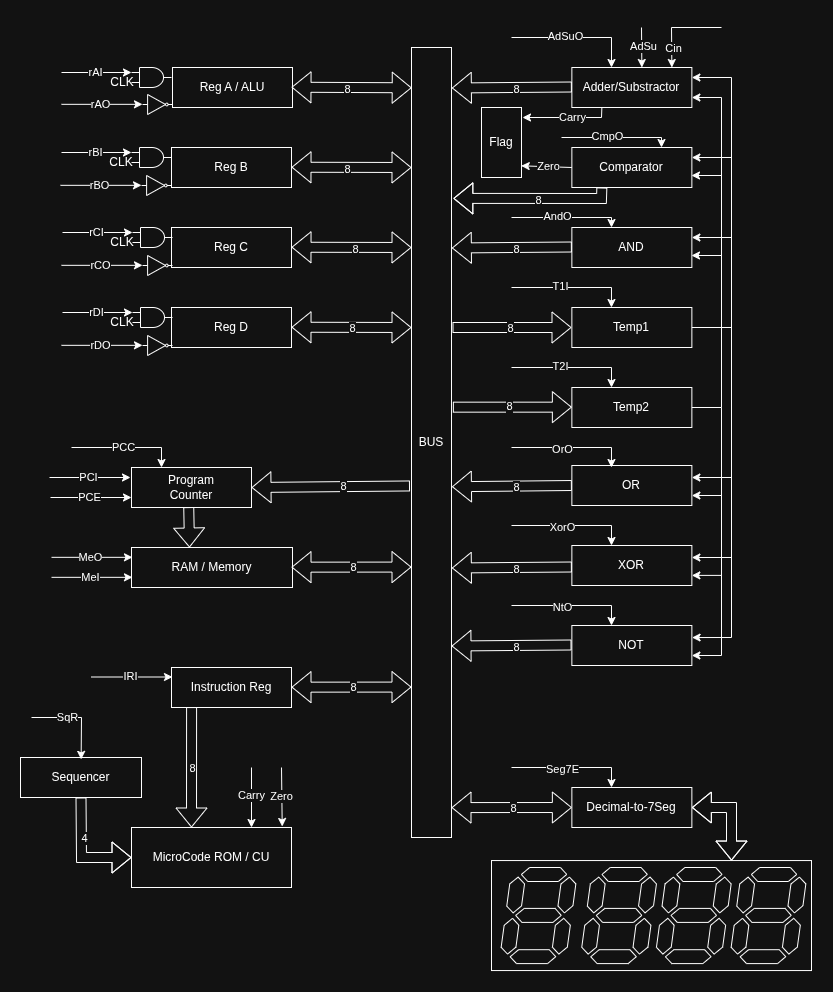
arghyabi/Computer8Bit keeps this draw.io diagram as Images/top_level_architecture.png. Above is the earlier version. Source tidied: cells renumbered, new cells last; positions are measured from the earlier drawing's top-left corner, leaving out a move shared by most shapes.
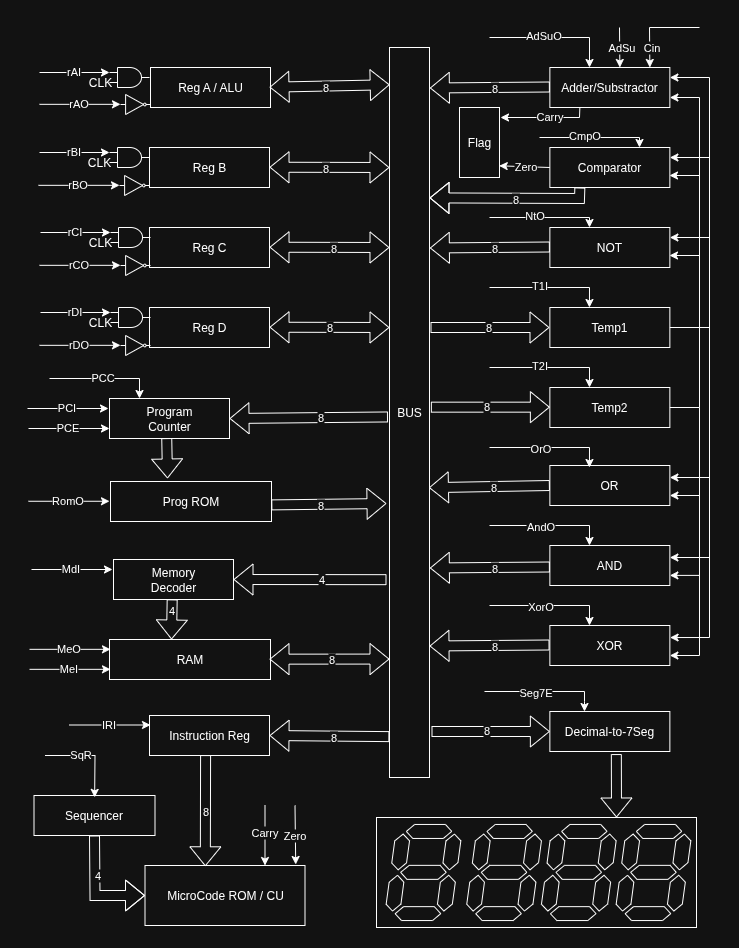
The same file after the commit.

Commit message:
Update the architecture and update documents (#26)

What changed in the source:
```diff
@@ -3,7 +3,7 @@
     <mxCell id="0" />
     <mxCell id="1" parent="0" />
     <mxCell id="2" value="BUS" style="rounded=0;whiteSpace=wrap;html=1;" parent="1" vertex="1">
-      <mxGeometry x="391" y="20" width="40" height="790" as="geometry" />
+      <mxGeometry x="391" y="20" width="40" height="730" as="geometry" />
     </mxCell>
     <mxCell id="3" value="Adder/Substractor" style="rounded=0;whiteSpace=wrap;html=1;" parent="1" vertex="1">
       <mxGeometry x="551.4" y="40" width="120" height="40" as="geometry" />
@@ -56,18 +56,10 @@
       <mxGeometry relative="1" as="geometry" />
     </mxCell>
     <mxCell id="16" value="Decimal-to-7Seg" style="rounded=0;whiteSpace=wrap;html=1;" parent="1" vertex="1">
-      <mxGeometry x="551.4" y="760" width="120" height="40" as="geometry" />
+      <mxGeometry x="551.4" y="684" width="120" height="40" as="geometry" />
     </mxCell>
-    <mxCell id="17" style="shape=flexArrow;endArrow=classic;startArrow=classic;html=1;rounded=0;exitX=0.991;exitY=0.152;exitDx=0;exitDy=0;exitPerimeter=0;entryX=0;entryY=0.5;entryDx=0;entryDy=0;" parent="1" edge="1" target="16">
-      <mxGeometry relative="1" as="geometry">
-        <mxPoint x="431" y="780.1" as="sourcePoint" />
-      </mxGeometry>
-    </mxCell>
-    <mxCell id="18" value="8" style="edgeLabel;html=1;align=center;verticalAlign=middle;" parent="17" vertex="1">
-      <mxGeometry x="0.03" relative="1" as="geometry" />
-    </mxCell>
     <mxCell id="19" style="group;" parent="1" vertex="1">
-      <mxGeometry x="471" y="833" width="320" height="110" as="geometry" />
+      <mxGeometry x="378" y="790" width="320" height="110" as="geometry" />
     </mxCell>
     <mxCell id="20" style="verticalLabelPosition=bottom;shadow=0;dashed=0;align=center;html=1;verticalAlign=top;shape=mxgraph.electrical.opto_electronics.7_segment_display;" parent="19" vertex="1">
       <mxGeometry x="239.6" y="7" width="74.7" height="96.1" as="geometry" />
@@ -84,13 +76,6 @@
     <mxCell id="24" style="rounded=0;whiteSpace=wrap;html=1;fillColor=none;" parent="19" vertex="1">
       <mxGeometry width="320" height="110" as="geometry" />
     </mxCell>
-    <mxCell id="25" style="shape=flexArrow;endArrow=classic;startArrow=classic;html=1;rounded=0;exitX=1;exitY=0.5;exitDx=0;exitDy=0;entryX=0.75;entryY=0;entryDx=0;entryDy=0;" parent="1" edge="1" source="16" target="24">
-      <mxGeometry relative="1" as="geometry">
-        <Array as="points">
-          <mxPoint x="711" y="780" />
-        </Array>
-      </mxGeometry>
-    </mxCell>
     <mxCell id="26" value="Flag" style="rounded=0;whiteSpace=wrap;html=1;" parent="1" vertex="1">
       <mxGeometry x="461" y="80" width="40" height="70" as="geometry" />
     </mxCell>
@@ -106,42 +91,35 @@
       <mxGeometry x="-0.1" y="-1" relative="1" as="geometry" />
     </mxCell>
     <mxCell id="29" value="MicroCode ROM / CU" style="rounded=0;whiteSpace=wrap;html=1;" parent="1" vertex="1">
-      <mxGeometry x="111" y="800" width="160" height="60" as="geometry" />
+      <mxGeometry x="146.5" y="838" width="160" height="60" as="geometry" />
     </mxCell>
     <mxCell id="30" value="Instruction Reg" style="rounded=0;whiteSpace=wrap;html=1;" parent="1" vertex="1">
-      <mxGeometry x="151" y="640" width="120" height="40" as="geometry" />
+      <mxGeometry x="151" y="688" width="120" height="40" as="geometry" />
     </mxCell>
-    <mxCell id="31" style="shape=flexArrow;endArrow=classic;startArrow=classic;html=1;rounded=0;exitX=0.991;exitY=0.152;exitDx=0;exitDy=0;exitPerimeter=0;entryX=0;entryY=0.5;entryDx=0;entryDy=0;" parent="1" edge="1">
-      <mxGeometry relative="1" as="geometry">
-        <mxPoint x="271" y="659.7" as="sourcePoint" />
-        <mxPoint x="391" y="659.6" as="targetPoint" />
-      </mxGeometry>
-    </mxCell>
-    <mxCell id="32" value="8" style="edgeLabel;html=1;align=center;verticalAlign=middle;" parent="31" vertex="1">
-      <mxGeometry x="0.03" relative="1" as="geometry" />
-    </mxCell>
-    <mxCell id="33" value="RAM / Memory" style="rounded=0;whiteSpace=wrap;html=1;" parent="1" vertex="1">
-      <mxGeometry x="111" y="520" width="161" height="40" as="geometry" />
+    <mxCell id="33" value="RAM" style="rounded=0;whiteSpace=wrap;html=1;" parent="1" vertex="1">
+      <mxGeometry x="111" y="612" width="161" height="40" as="geometry" />
     </mxCell>
     <mxCell id="34" style="shape=flexArrow;endArrow=classic;startArrow=classic;html=1;rounded=0;exitX=0.991;exitY=0.152;exitDx=0;exitDy=0;exitPerimeter=0;entryX=0;entryY=0.5;entryDx=0;entryDy=0;" parent="1" edge="1">
       <mxGeometry relative="1" as="geometry">
-        <mxPoint x="271" y="539.7" as="sourcePoint" />
-        <mxPoint x="391" y="539.6" as="targetPoint" />
+        <mxPoint x="271" y="631.7" as="sourcePoint" />
+        <mxPoint x="391" y="631.6" as="targetPoint" />
       </mxGeometry>
     </mxCell>
     <mxCell id="35" value="8" style="edgeLabel;html=1;align=center;verticalAlign=middle;" parent="34" vertex="1">
       <mxGeometry x="0.03" relative="1" as="geometry" />
     </mxCell>
     <mxCell id="36" value="Program&lt;div&gt;&lt;div&gt;Counter&lt;/div&gt;&lt;/div&gt;" style="rounded=0;whiteSpace=wrap;html=1;" parent="1" vertex="1">
-      <mxGeometry x="111" y="440" width="120" height="40" as="geometry" />
+      <mxGeometry x="111" y="371" width="120" height="40" as="geometry" />
     </mxCell>
     <mxCell id="37" style="shape=flexArrow;endArrow=classic;html=1;rounded=0;exitX=0.477;exitY=0.99;exitDx=0;exitDy=0;exitPerimeter=0;" parent="1" edge="1" source="36">
       <mxGeometry relative="1" as="geometry">
-        <mxPoint x="169" y="520" as="targetPoint" />
+        <mxPoint x="169" y="451" as="targetPoint" />
       </mxGeometry>
     </mxCell>
-    <mxCell id="38" style="shape=flexArrow;endArrow=classic;html=1;rounded=0;entryX=1;entryY=0.5;entryDx=0;entryDy=0;exitX=-0.038;exitY=0.555;exitDx=0;exitDy=0;exitPerimeter=0;" parent="1" edge="1" source="2" target="36">
-      <mxGeometry relative="1" as="geometry" />
+    <mxCell id="38" style="shape=flexArrow;endArrow=classic;html=1;rounded=0;entryX=1;entryY=0.5;entryDx=0;entryDy=0;exitX=-0.038;exitY=0.555;exitDx=0;exitDy=0;exitPerimeter=0;" parent="1" edge="1" target="36">
+      <mxGeometry relative="1" as="geometry">
+        <mxPoint x="389.5" y="389.5" as="sourcePoint" />
+      </mxGeometry>
     </mxCell>
     <mxCell id="39" value="8" style="edgeLabel;html=1;align=center;verticalAlign=middle;" parent="38" vertex="1">
       <mxGeometry x="-0.15" y="-1" relative="1" as="geometry" />
@@ -155,25 +133,25 @@
     <mxCell id="42" value="Zero" style="edgeLabel;html=1;align=center;verticalAlign=middle;" parent="41" vertex="1">
       <mxGeometry x="-0.02" y="-1" relative="1" as="geometry" />
     </mxCell>
-    <mxCell id="43" value="AND" style="rounded=0;whiteSpace=wrap;html=1;" parent="1" vertex="1">
+    <mxCell id="43" value="NOT" style="rounded=0;whiteSpace=wrap;html=1;" parent="1" vertex="1">
       <mxGeometry x="551.4" y="200" width="120" height="40" as="geometry" />
     </mxCell>
     <mxCell id="44" value="OR" style="rounded=0;whiteSpace=wrap;html=1;" parent="1" vertex="1">
       <mxGeometry x="551.4" y="438" width="120" height="40" as="geometry" />
     </mxCell>
-    <mxCell id="45" value="XOR" style="rounded=0;whiteSpace=wrap;html=1;" parent="1" vertex="1">
+    <mxCell id="45" value="AND" style="rounded=0;whiteSpace=wrap;html=1;" parent="1" vertex="1">
       <mxGeometry x="551.4" y="518" width="120" height="40" as="geometry" />
     </mxCell>
-    <mxCell id="46" value="NOT" style="rounded=0;whiteSpace=wrap;html=1;" parent="1" vertex="1">
+    <mxCell id="46" value="XOR" style="rounded=0;whiteSpace=wrap;html=1;" parent="1" vertex="1">
       <mxGeometry x="551.4" y="598" width="120" height="40" as="geometry" />
     </mxCell>
     <mxCell id="47" value="Sequencer" style="rounded=0;whiteSpace=wrap;html=1;" parent="1" vertex="1">
-      <mxGeometry y="730" width="121" height="40" as="geometry" />
+      <mxGeometry x="35.5" y="768" width="121" height="40" as="geometry" />
     </mxCell>
     <mxCell id="48" style="shape=flexArrow;endArrow=classic;html=1;rounded=0;exitX=0.5;exitY=1;exitDx=0;exitDy=0;entryX=0;entryY=0.5;entryDx=0;entryDy=0;" parent="1" edge="1" source="47" target="29">
       <mxGeometry relative="1" as="geometry">
         <Array as="points">
-          <mxPoint x="61" y="830" />
+          <mxPoint x="96.5" y="868" />
         </Array>
       </mxGeometry>
     </mxCell>
@@ -199,8 +177,8 @@
     </mxCell>
     <mxCell id="54" style="endArrow=classic;html=1;rounded=0;entryX=0;entryY=0.25;entryDx=0;entryDy=0;" parent="1" edge="1">
       <mxGeometry relative="1" as="geometry">
-        <mxPoint x="71" y="649.5" as="sourcePoint" />
-        <mxPoint x="152" y="649.5" as="targetPoint" />
+        <mxPoint x="71" y="697.5" as="sourcePoint" />
+        <mxPoint x="152" y="697.5" as="targetPoint" />
       </mxGeometry>
     </mxCell>
     <mxCell id="55" value="IRI" style="edgeLabel;html=1;align=center;verticalAlign=middle;" parent="54" vertex="1">
@@ -208,9 +186,9 @@
     </mxCell>
     <mxCell id="56" style="endArrow=classic;html=1;rounded=0;entryX=0.501;entryY=0.047;entryDx=0;entryDy=0;entryPerimeter=0;" parent="1" edge="1" target="47">
       <mxGeometry relative="1" as="geometry">
-        <mxPoint x="11" y="690" as="sourcePoint" />
+        <mxPoint x="46.5" y="728" as="sourcePoint" />
         <Array as="points">
-          <mxPoint x="61" y="690" />
+          <mxPoint x="96.5" y="728" />
         </Array>
       </mxGeometry>
     </mxCell>
@@ -221,8 +199,8 @@
     </mxCell>
     <mxCell id="58" style="endArrow=classic;html=1;rounded=0;entryX=0;entryY=0.25;entryDx=0;entryDy=0;" parent="1" edge="1">
       <mxGeometry relative="1" as="geometry">
-        <mxPoint x="29" y="450" as="sourcePoint" />
-        <mxPoint x="110" y="450" as="targetPoint" />
+        <mxPoint x="29" y="381" as="sourcePoint" />
+        <mxPoint x="110" y="381" as="targetPoint" />
       </mxGeometry>
     </mxCell>
     <mxCell id="59" value="PCI" style="edgeLabel;html=1;align=center;verticalAlign=middle;" parent="58" vertex="1">
@@ -230,8 +208,8 @@
     </mxCell>
     <mxCell id="60" style="endArrow=classic;html=1;rounded=0;entryX=0;entryY=0.25;entryDx=0;entryDy=0;" parent="1" edge="1">
       <mxGeometry relative="1" as="geometry">
-        <mxPoint x="30" y="470" as="sourcePoint" />
-        <mxPoint x="111" y="470" as="targetPoint" />
+        <mxPoint x="30" y="401" as="sourcePoint" />
+        <mxPoint x="111" y="401" as="targetPoint" />
       </mxGeometry>
     </mxCell>
     <mxCell id="61" value="PCE" style="edgeLabel;html=1;align=center;verticalAlign=middle;" parent="60" vertex="1">
@@ -239,8 +217,8 @@
     </mxCell>
     <mxCell id="62" style="endArrow=classic;html=1;rounded=0;entryX=0;entryY=0.25;entryDx=0;entryDy=0;" parent="1" edge="1">
       <mxGeometry relative="1" as="geometry">
-        <mxPoint x="31" y="529.8" as="sourcePoint" />
-        <mxPoint x="112" y="529.8" as="targetPoint" />
+        <mxPoint x="31" y="621.8" as="sourcePoint" />
+        <mxPoint x="112" y="621.8" as="targetPoint" />
       </mxGeometry>
     </mxCell>
     <mxCell id="63" value="MeO" style="edgeLabel;html=1;align=center;verticalAlign=middle;" parent="62" vertex="1">
@@ -248,8 +226,8 @@
     </mxCell>
     <mxCell id="64" style="endArrow=classic;html=1;rounded=0;entryX=0;entryY=0.25;entryDx=0;entryDy=0;" parent="1" edge="1">
       <mxGeometry relative="1" as="geometry">
-        <mxPoint x="31" y="549.8" as="sourcePoint" />
-        <mxPoint x="112" y="549.8" as="targetPoint" />
+        <mxPoint x="31" y="641.8" as="sourcePoint" />
+        <mxPoint x="112" y="641.8" as="targetPoint" />
       </mxGeometry>
     </mxCell>
     <mxCell id="65" value="MeI" style="edgeLabel;html=1;align=center;verticalAlign=middle;" parent="64" vertex="1">
@@ -366,7 +344,7 @@
         <mxPoint x="671" y="148" as="targetPoint" />
       </mxGeometry>
     </mxCell>
-    <mxCell id="86" style="shape=flexArrow;endArrow=classic;html=1;rounded=0;exitX=0;exitY=0.5;exitDx=0;exitDy=0;entryX=1.011;entryY=0.556;entryDx=0;entryDy=0;entryPerimeter=0;" parent="1" edge="1" source="44" target="2">
+    <mxCell id="86" style="shape=flexArrow;endArrow=classic;html=1;rounded=0;exitX=0;exitY=0.5;exitDx=0;exitDy=0;entryX=0.986;entryY=0.603;entryDx=0;entryDy=0;entryPerimeter=0;" parent="1" edge="1" source="44" target="2">
       <mxGeometry relative="1" as="geometry" />
     </mxCell>
     <mxCell id="87" value="8" style="edgeLabel;html=1;align=center;verticalAlign=middle;" parent="86" vertex="1">
@@ -399,7 +377,7 @@
     <mxCell id="93" value="8" style="edgeLabel;html=1;align=center;verticalAlign=middle;" parent="92" vertex="1">
       <mxGeometry x="-0.07" y="1" relative="1" as="geometry" />
     </mxCell>
-    <mxCell id="94" style="shape=flexArrow;endArrow=classic;html=1;rounded=0;exitX=0.25;exitY=1;exitDx=0;exitDy=0;entryX=1.046;entryY=0.191;entryDx=0;entryDy=0;entryPerimeter=0;" parent="1" edge="1" source="40" target="2">
+    <mxCell id="94" style="shape=flexArrow;endArrow=classic;html=1;rounded=0;exitX=0.25;exitY=1;exitDx=0;exitDy=0;entryX=1;entryY=0.206;entryDx=0;entryDy=0;entryPerimeter=0;" parent="1" edge="1" source="40" target="2">
       <mxGeometry relative="1" as="geometry">
         <Array as="points">
           <mxPoint x="581" y="171" />
@@ -461,7 +439,7 @@
         </Array>
       </mxGeometry>
     </mxCell>
-    <mxCell id="105" value="XorO" style="edgeLabel;html=1;align=center;verticalAlign=middle;" parent="104" vertex="1">
+    <mxCell id="105" value="AndO" style="edgeLabel;html=1;align=center;verticalAlign=middle;" parent="104" vertex="1">
       <mxGeometry x="-0.16" y="-1" relative="1" as="geometry" />
     </mxCell>
     <mxCell id="106" style="endArrow=classic;html=1;rounded=0;entryX=0.33;entryY=0.05;entryDx=0;entryDy=0;entryPerimeter=0;" parent="1" edge="1">
@@ -473,7 +451,7 @@
         </Array>
       </mxGeometry>
     </mxCell>
-    <mxCell id="107" value="NtO" style="edgeLabel;html=1;align=center;verticalAlign=middle;" parent="106" vertex="1">
+    <mxCell id="107" value="XorO" style="edgeLabel;html=1;align=center;verticalAlign=middle;" parent="106" vertex="1">
       <mxGeometry x="-0.16" y="-1" relative="1" as="geometry" />
     </mxCell>
     <mxCell id="108" style="endArrow=classic;html=1;rounded=0;entryX=0.33;entryY=0;entryDx=0;entryDy=0;entryPerimeter=0;" parent="1" edge="1">
@@ -485,7 +463,7 @@
         </Array>
       </mxGeometry>
     </mxCell>
-    <mxCell id="109" value="AndO" style="edgeLabel;html=1;align=center;verticalAlign=middle;" parent="108" vertex="1">
+    <mxCell id="109" value="NtO" style="edgeLabel;html=1;align=center;verticalAlign=middle;" parent="108" vertex="1">
       <mxGeometry x="-0.18" y="2" relative="1" as="geometry" />
     </mxCell>
     <mxCell id="110" style="endArrow=classic;html=1;rounded=0;entryX=0.33;entryY=0;entryDx=0;entryDy=0;entryPerimeter=0;" parent="1" edge="1">
@@ -514,10 +492,11 @@
     </mxCell>
     <mxCell id="114" style="endArrow=classic;html=1;rounded=0;entryX=0.33;entryY=0.05;entryDx=0;entryDy=0;entryPerimeter=0;" parent="1" edge="1">
       <mxGeometry relative="1" as="geometry">
-        <mxPoint x="491" y="740" as="sourcePoint" />
-        <mxPoint x="591" y="760" as="targetPoint" />
+        <mxPoint x="486" y="664" as="sourcePoint" />
+        <mxPoint x="586" y="684" as="targetPoint" />
         <Array as="points">
-          <mxPoint x="591" y="740" />
+          <mxPoint x="586" y="664" />
+          <mxPoint x="586" y="674" />
         </Array>
       </mxGeometry>
     </mxCell>
@@ -526,19 +505,18 @@
     </mxCell>
     <mxCell id="116" style="endArrow=classic;html=1;rounded=0;entryX=0.25;entryY=0;entryDx=0;entryDy=0;" parent="1" edge="1" target="36">
       <mxGeometry relative="1" as="geometry">
-        <mxPoint x="51" y="420" as="sourcePoint" />
+        <mxPoint x="51" y="351" as="sourcePoint" />
         <Array as="points">
-          <mxPoint x="141" y="420" />
+          <mxPoint x="141" y="351" />
         </Array>
       </mxGeometry>
     </mxCell>
     <mxCell id="117" value="PCC" style="edgeLabel;html=1;align=center;verticalAlign=middle;" parent="116" vertex="1">
       <mxGeometry x="-0.05" y="1" relative="1" as="geometry" />
     </mxCell>
-    <mxCell id="118" style="shape=flexArrow;endArrow=classic;html=1;rounded=0;exitX=0.75;exitY=1;exitDx=0;exitDy=0;entryX=0.812;entryY=0.007;entryDx=0;entryDy=0;entryPerimeter=0;" parent="1" edge="1">
+    <mxCell id="118" style="shape=flexArrow;endArrow=classic;html=1;rounded=0;exitX=0.75;exitY=1;exitDx=0;exitDy=0;entryX=0.377;entryY=0.013;entryDx=0;entryDy=0;entryPerimeter=0;" parent="1" edge="1" target="29">
       <mxGeometry relative="1" as="geometry">
-        <mxPoint x="171.1" y="679.6" as="sourcePoint" />
-        <mxPoint x="171" y="800" as="targetPoint" />
+        <mxPoint x="207.1" y="727.6" as="sourcePoint" />
       </mxGeometry>
     </mxCell>
     <mxCell id="119" value="8" style="edgeLabel;html=1;align=center;verticalAlign=middle;" parent="118" vertex="1">
@@ -647,7 +625,7 @@
     </mxCell>
     <mxCell id="146" style="endArrow=classic;html=1;rounded=0;entryX=0.75;entryY=0;entryDx=0;entryDy=0;" parent="1" edge="1" target="29">
       <mxGeometry relative="1" as="geometry">
-        <mxPoint x="231" y="740" as="sourcePoint" />
+        <mxPoint x="266.5" y="778" as="sourcePoint" />
       </mxGeometry>
     </mxCell>
     <mxCell id="147" value="Carry" style="edgeLabel;html=1;align=center;verticalAlign=middle;" parent="146" vertex="1">
@@ -655,11 +633,74 @@
     </mxCell>
     <mxCell id="148" style="endArrow=classic;html=1;rounded=0;entryX=0.942;entryY=-0.017;entryDx=0;entryDy=0;entryPerimeter=0;" parent="1" edge="1" target="29">
       <mxGeometry relative="1" as="geometry">
-        <mxPoint x="261" y="740" as="sourcePoint" />
+        <mxPoint x="296.5" y="778" as="sourcePoint" />
       </mxGeometry>
     </mxCell>
     <mxCell id="149" value="Zero" style="edgeLabel;html=1;align=center;verticalAlign=middle;" parent="148" vertex="1">
       <mxGeometry x="-0.02" y="-1" relative="1" as="geometry" />
     </mxCell>
+    <mxCell id="150" value="Prog ROM" style="rounded=0;whiteSpace=wrap;html=1;" parent="1" vertex="1">
+      <mxGeometry x="112" y="454" width="161" height="40" as="geometry" />
+    </mxCell>
+    <mxCell id="151" style="shape=flexArrow;endArrow=classic;html=1;rounded=0;exitX=0.999;exitY=0.585;exitDx=0;exitDy=0;exitPerimeter=0;" parent="1" edge="1" source="150">
+      <mxGeometry relative="1" as="geometry">
+        <mxPoint x="388" y="476" as="targetPoint" />
+      </mxGeometry>
+    </mxCell>
+    <mxCell id="152" value="8" style="edgeLabel;html=1;align=center;verticalAlign=middle;" parent="151" vertex="1">
+      <mxGeometry x="-0.15" y="-1" relative="1" as="geometry" />
+    </mxCell>
+    <mxCell id="153" style="endArrow=classic;html=1;rounded=0;entryX=0;entryY=0.25;entryDx=0;entryDy=0;" parent="1" edge="1">
+      <mxGeometry relative="1" as="geometry">
+        <mxPoint x="30" y="473.8" as="sourcePoint" />
+        <mxPoint x="111" y="473.8" as="targetPoint" />
+      </mxGeometry>
+    </mxCell>
+    <mxCell id="154" value="RomO" style="edgeLabel;html=1;align=center;verticalAlign=middle;" parent="153" vertex="1">
+      <mxGeometry x="-0.05" y="1" relative="1" as="geometry" />
+    </mxCell>
+    <mxCell id="155" style="shape=flexArrow;endArrow=classic;html=1;rounded=0;entryX=0;entryY=0.5;entryDx=0;entryDy=0;" parent="1" edge="1" target="16">
+      <mxGeometry relative="1" as="geometry">
+        <mxPoint x="433" y="704" as="sourcePoint" />
+      </mxGeometry>
+    </mxCell>
+    <mxCell id="156" value="8" style="edgeLabel;html=1;align=center;verticalAlign=middle;" parent="155" vertex="1">
+      <mxGeometry x="-0.07" y="1" relative="1" as="geometry" />
+    </mxCell>
+    <mxCell id="25" style="shape=flexArrow;endArrow=classic;html=1;rounded=0;entryX=0.75;entryY=0;entryDx=0;entryDy=0;exitX=0.554;exitY=1.064;exitDx=0;exitDy=0;exitPerimeter=0;" parent="1" edge="1" source="16" target="24">
+      <mxGeometry relative="1" as="geometry" />
+    </mxCell>
+    <mxCell id="157" value="Memory&lt;br&gt;Decoder" style="rounded=0;whiteSpace=wrap;html=1;" parent="1" vertex="1">
+      <mxGeometry x="115" y="532" width="120" height="40" as="geometry" />
+    </mxCell>
+    <mxCell id="158" style="shape=flexArrow;endArrow=classic;html=1;rounded=0;exitX=0.489;exitY=0.997;exitDx=0;exitDy=0;exitPerimeter=0;" parent="1" edge="1" source="157">
+      <mxGeometry relative="1" as="geometry">
+        <mxPoint x="173" y="612" as="targetPoint" />
+      </mxGeometry>
+    </mxCell>
+    <mxCell id="159" value="4" style="edgeLabel;html=1;align=center;verticalAlign=middle;" parent="158" vertex="1">
+      <mxGeometry x="-0.48" y="-1" relative="1" as="geometry" />
+    </mxCell>
+    <mxCell id="160" style="shape=flexArrow;endArrow=classic;html=1;rounded=0;entryX=1;entryY=0.5;entryDx=0;entryDy=0;exitX=-0.075;exitY=0.729;exitDx=0;exitDy=0;exitPerimeter=0;" parent="1" edge="1" source="2" target="157">
+      <mxGeometry relative="1" as="geometry" />
+    </mxCell>
+    <mxCell id="161" value="4" style="edgeLabel;html=1;align=center;verticalAlign=middle;" parent="160" vertex="1">
+      <mxGeometry x="-0.15" y="-1" relative="1" as="geometry" />
+    </mxCell>
+    <mxCell id="162" style="endArrow=classic;html=1;rounded=0;entryX=0;entryY=0.25;entryDx=0;entryDy=0;" parent="1" edge="1">
+      <mxGeometry relative="1" as="geometry">
+        <mxPoint x="33" y="542" as="sourcePoint" />
+        <mxPoint x="114" y="542" as="targetPoint" />
+      </mxGeometry>
+    </mxCell>
+    <mxCell id="163" value="MdI" style="edgeLabel;html=1;align=center;verticalAlign=middle;" parent="162" vertex="1">
+      <mxGeometry x="-0.05" y="1" relative="1" as="geometry" />
+    </mxCell>
+    <mxCell id="164" style="shape=flexArrow;endArrow=classic;html=1;rounded=0;entryX=1;entryY=0.5;entryDx=0;entryDy=0;exitX=-0.003;exitY=0.944;exitDx=0;exitDy=0;exitPerimeter=0;" parent="1" edge="1" source="2" target="30">
+      <mxGeometry relative="1" as="geometry" />
+    </mxCell>
+    <mxCell id="165" value="8" style="edgeLabel;html=1;align=center;verticalAlign=middle;" parent="164" vertex="1">
+      <mxGeometry x="-0.07" y="1" relative="1" as="geometry" />
+    </mxCell>
   </root>
 </mxGraphModel>
```
